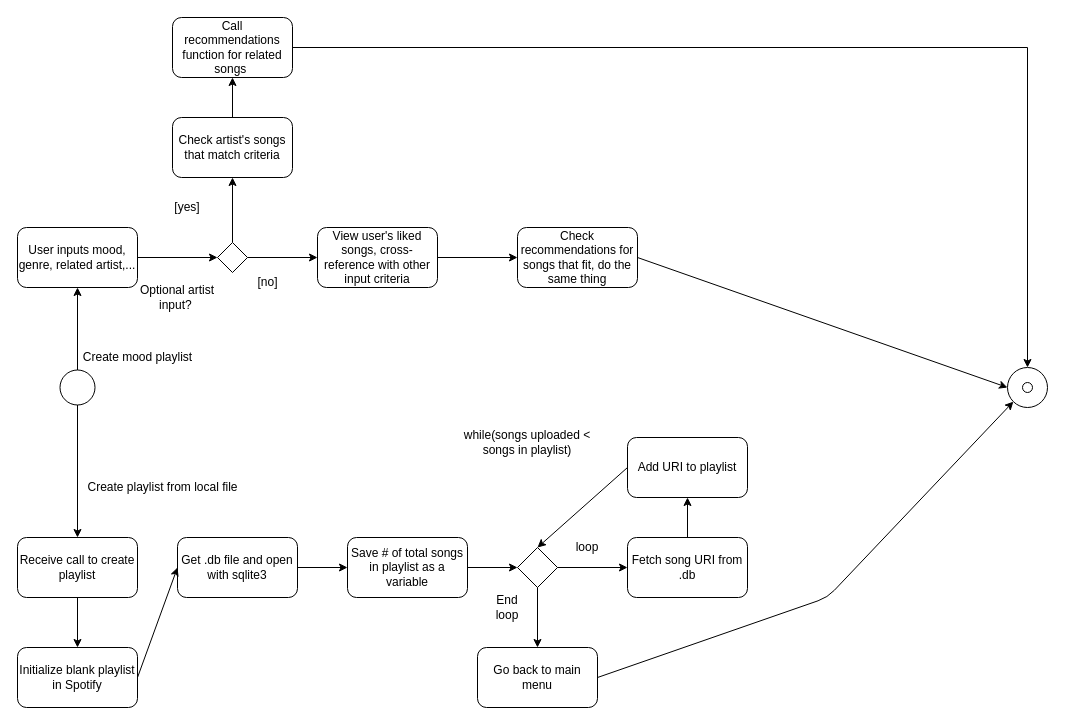
This is Diagrams/Activity/activity_model_functions.drawio from stpilks99/moodipy, a draw.io file, before an edit. Source tidied: cells renumbered, new cells numbered last; positions are measured from the earlier drawing's top-left corner, leaving out a move shared by most shapes. Both pictures are drawn from the tidied source at 100%, with x=0, y=0 at pixel (17, 17).
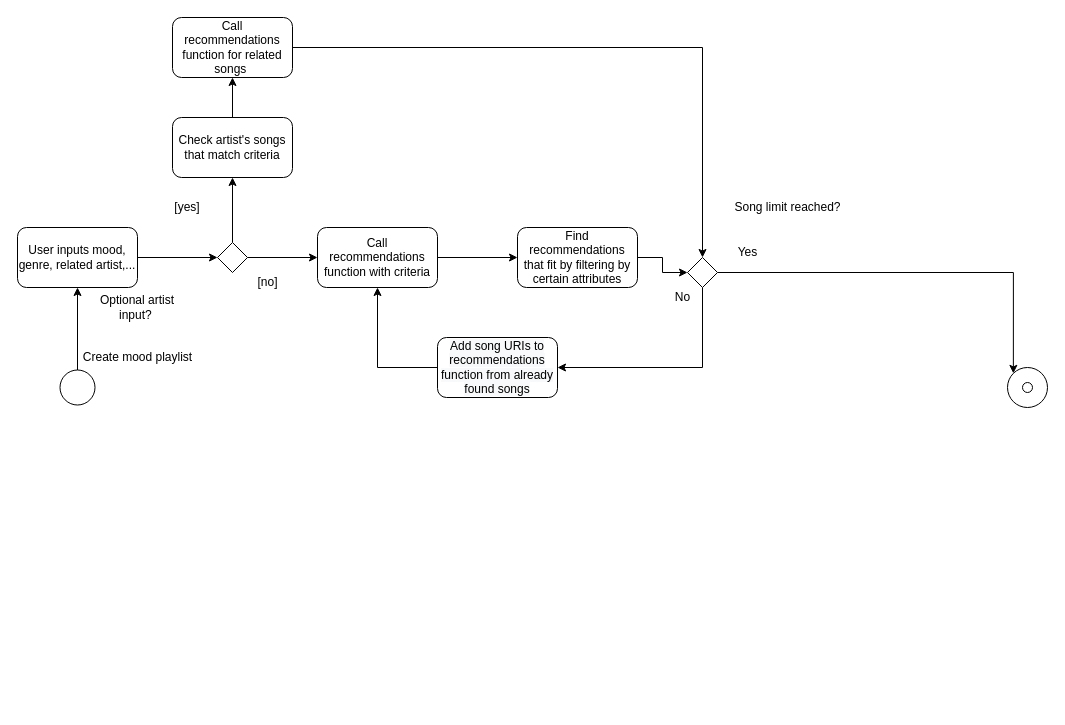
Above is the later version.

Commit message:
Changed to match current algorithm

Unchanged cells that the change refers to:
```xml
<mxCell id="2" style="ellipse;whiteSpace=wrap;html=1;" parent="1" vertex="1">
  <mxGeometry x="990" y="350" width="40" height="40" as="geometry" />
</mxCell>
<mxCell id="4" style="ellipse;whiteSpace=wrap;html=1;" parent="1" vertex="1">
  <mxGeometry x="42.5" y="352.5" width="35" height="35" as="geometry" />
</mxCell>
<mxCell id="39" value="Call recommendations function for related songs&amp;nbsp;" style="rounded=1;whiteSpace=wrap;html=1;" parent="1" vertex="1">
  <mxGeometry x="155" width="120" height="60" as="geometry" />
</mxCell>
```

The edit, as a diff of the source:
```diff
@@
-    <mxCell id="6" value="Receive call to create playlist" style="rounded=1;whiteSpace=wrap;html=1;" parent="1" vertex="1">
-      <mxGeometry y="520" width="120" height="60" as="geometry" />
-    </mxCell>
-    <mxCell id="7" value="Get .db file and open with sqlite3" style="rounded=1;whiteSpace=wrap;html=1;" parent="1" vertex="1">
-      <mxGeometry x="160" y="520" width="120" height="60" as="geometry" />
-    </mxCell>
-    <mxCell id="8" value="Save # of total songs in playlist as a variable" style="rounded=1;whiteSpace=wrap;html=1;" parent="1" vertex="1">
-      <mxGeometry x="330" y="520" width="120" height="60" as="geometry" />
-    </mxCell>
-    <mxCell id="9" style="endArrow=classic;html=1;entryX=0.5;entryY=0;entryDx=0;entryDy=0;exitX=0.5;exitY=1;exitDx=0;exitDy=0;" parent="1" edge="1" source="4" target="6">
-      <mxGeometry relative="1" as="geometry" />
-    </mxCell>
-    <mxCell id="10" style="endArrow=classic;html=1;exitX=1;exitY=0.5;exitDx=0;exitDy=0;entryX=0;entryY=0.5;entryDx=0;entryDy=0;" parent="1" edge="1" source="7" target="8">
-      <mxGeometry relative="1" as="geometry" />
-    </mxCell>
-    <mxCell id="11" style="rhombus;whiteSpace=wrap;html=1;" parent="1" vertex="1">
-      <mxGeometry x="500" y="530" width="40" height="40" as="geometry" />
-    </mxCell>
-    <mxCell id="12" value="while(songs uploaded &amp;lt; songs in playlist)" style="text;html=1;strokeColor=none;fillColor=none;align=center;verticalAlign=middle;whiteSpace=wrap;rounded=0;" parent="1" vertex="1">
-      <mxGeometry x="430" y="415" width="160" height="20" as="geometry" />
-    </mxCell>
-    <mxCell id="13" style="endArrow=classic;html=1;exitX=1;exitY=0.5;exitDx=0;exitDy=0;entryX=0;entryY=0.5;entryDx=0;entryDy=0;" parent="1" edge="1" source="11" target="14">
-      <mxGeometry relative="1" as="geometry" />
-    </mxCell>
-    <mxCell id="14" value="Fetch song URI from .db" style="rounded=1;whiteSpace=wrap;html=1;" parent="1" vertex="1">
-      <mxGeometry x="610" y="520" width="120" height="60" as="geometry" />
-    </mxCell>
-    <mxCell id="15" style="endArrow=classic;html=1;exitX=1;exitY=0.5;exitDx=0;exitDy=0;entryX=0;entryY=0.5;entryDx=0;entryDy=0;" parent="1" edge="1" source="8" target="11">
-      <mxGeometry relative="1" as="geometry" />
-    </mxCell>
-    <mxCell id="16" value="loop" style="text;html=1;strokeColor=none;fillColor=none;align=center;verticalAlign=middle;whiteSpace=wrap;rounded=0;" parent="1" vertex="1">
-      <mxGeometry x="550" y="520" width="40" height="20" as="geometry" />
-    </mxCell>
-    <mxCell id="17" value="End loop" style="text;html=1;strokeColor=none;fillColor=none;align=center;verticalAlign=middle;whiteSpace=wrap;rounded=0;" parent="1" vertex="1">
-      <mxGeometry x="470" y="580" width="40" height="20" as="geometry" />
-    </mxCell>
-    <mxCell id="18" value="Initialize blank playlist in Spotify" style="rounded=1;whiteSpace=wrap;html=1;" parent="1" vertex="1">
-      <mxGeometry y="630" width="120" height="60" as="geometry" />
-    </mxCell>
-    <mxCell id="19" style="endArrow=classic;html=1;exitX=0.5;exitY=1;exitDx=0;exitDy=0;entryX=0.5;entryY=0;entryDx=0;entryDy=0;" parent="1" edge="1" source="6" target="18">
-      <mxGeometry relative="1" as="geometry" />
-    </mxCell>
-    <mxCell id="20" style="endArrow=classic;html=1;exitX=1;exitY=0.5;exitDx=0;exitDy=0;entryX=0;entryY=0.5;entryDx=0;entryDy=0;" parent="1" edge="1" source="18" target="7">
-      <mxGeometry relative="1" as="geometry" />
-    </mxCell>
-    <mxCell id="21" value="Add URI to playlist" style="rounded=1;whiteSpace=wrap;html=1;" parent="1" vertex="1">
-      <mxGeometry x="610" y="420" width="120" height="60" as="geometry" />
-    </mxCell>
-    <mxCell id="22" style="endArrow=classic;html=1;exitX=0;exitY=0.5;exitDx=0;exitDy=0;entryX=0.5;entryY=0;entryDx=0;entryDy=0;" parent="1" edge="1" source="21" target="11">
-      <mxGeometry relative="1" as="geometry" />
-    </mxCell>
-    <mxCell id="23" style="endArrow=classic;html=1;exitX=0.5;exitY=0;exitDx=0;exitDy=0;entryX=0.5;entryY=1;entryDx=0;entryDy=0;" parent="1" edge="1" source="14" target="21">
-      <mxGeometry relative="1" as="geometry" />
-    </mxCell>
-    <mxCell id="24" style="endArrow=classic;html=1;exitX=0.5;exitY=1;exitDx=0;exitDy=0;" parent="1" edge="1" source="11">
-      <mxGeometry relative="1" as="geometry">
-        <mxPoint x="520" y="630" as="targetPoint" />
-      </mxGeometry>
-    </mxCell>
-    <mxCell id="25" value="Go back to main menu" style="rounded=1;whiteSpace=wrap;html=1;" parent="1" vertex="1">
-      <mxGeometry x="460" y="630" width="120" height="60" as="geometry" />
-    </mxCell>
-    <mxCell id="26" style="endArrow=classic;html=1;entryX=0;entryY=1;entryDx=0;entryDy=0;exitX=1;exitY=0.5;exitDx=0;exitDy=0;" parent="1" edge="1" source="25" target="2">
-      <mxGeometry relative="1" as="geometry">
-        <Array as="points">
-          <mxPoint x="810" y="580" />
-        </Array>
-      </mxGeometry>
-    </mxCell>
-    <mxCell id="27" value="Create playlist from local file" style="text;html=1;align=center;verticalAlign=middle;" parent="1" vertex="1">
-      <mxGeometry x="60" y="460" width="170" height="20" as="geometry" />
-    </mxCell>
@@
     <mxCell id="34" value="Optional artist input?&amp;nbsp;" style="text;html=1;strokeColor=none;fillColor=none;align=center;verticalAlign=middle;whiteSpace=wrap;rounded=0;" parent="1" vertex="1">
-      <mxGeometry x="110" y="270" width="100" height="20" as="geometry" />
+      <mxGeometry x="70" y="280" width="100" height="20" as="geometry" />
     </mxCell>
@@
-    <mxCell id="38" style="edgeStyle=orthogonalEdgeStyle;rounded=0;jettySize=auto;html=1;exitX=1;exitY=0.5;exitDx=0;exitDy=0;entryX=0.5;entryY=0;entryDx=0;entryDy=0;" parent="1" edge="1" source="39" target="2">
-      <mxGeometry relative="1" as="geometry" />
-    </mxCell>
+    <mxCell id="45" style="edgeStyle=orthogonalEdgeStyle;rounded=0;jettySize=auto;html=1;exitX=1;exitY=0.5;exitDx=0;exitDy=0;entryX=0.5;entryY=0;entryDx=0;entryDy=0;" parent="1" edge="1" source="39" target="49">
+      <mxGeometry relative="1" as="geometry" />
+    </mxCell>
@@
-    <mxCell id="42" value="View user's liked songs, cross-reference with other input criteria" style="rounded=1;whiteSpace=wrap;html=1;" parent="1" vertex="1">
+    <mxCell id="42" value="Call recommendations function with criteria" style="rounded=1;whiteSpace=wrap;html=1;" parent="1" vertex="1">
       <mxGeometry x="300" y="210" width="120" height="60" as="geometry" />
     </mxCell>
+    <mxCell id="46" style="edgeStyle=orthogonalEdgeStyle;rounded=0;jettySize=auto;html=1;exitX=1;exitY=0.5;exitDx=0;exitDy=0;entryX=0;entryY=0.5;entryDx=0;entryDy=0;" parent="1" edge="1" source="43" target="49">
+      <mxGeometry relative="1" as="geometry" />
+    </mxCell>
-    <mxCell id="43" value="Check recommendations for songs that fit, do the same thing" style="rounded=1;whiteSpace=wrap;html=1;" parent="1" vertex="1">
+    <mxCell id="43" value="Find recommendations that fit by filtering by certain attributes" style="rounded=1;whiteSpace=wrap;html=1;" parent="1" vertex="1">
       <mxGeometry x="500" y="210" width="120" height="60" as="geometry" />
     </mxCell>
-    <mxCell id="44" style="endArrow=classic;html=1;exitX=1;exitY=0.5;exitDx=0;exitDy=0;entryX=0;entryY=0.5;entryDx=0;entryDy=0;" parent="1" edge="1" source="43" target="2">
-      <mxGeometry relative="1" as="geometry" />
-    </mxCell>
+    <mxCell id="47" style="edgeStyle=orthogonalEdgeStyle;rounded=0;jettySize=auto;html=1;exitX=1;exitY=0.5;exitDx=0;exitDy=0;entryX=0;entryY=0;entryDx=0;entryDy=0;" parent="1" edge="1" source="49" target="2">
+      <mxGeometry relative="1" as="geometry" />
+    </mxCell>
+    <mxCell id="48" style="edgeStyle=orthogonalEdgeStyle;rounded=0;jettySize=auto;html=1;exitX=0.5;exitY=1;exitDx=0;exitDy=0;entryX=1;entryY=0.5;entryDx=0;entryDy=0;" parent="1" edge="1" source="49" target="54">
+      <mxGeometry relative="1" as="geometry" />
+    </mxCell>
+    <mxCell id="49" style="rhombus;whiteSpace=wrap;html=1;" parent="1" vertex="1">
+      <mxGeometry x="670" y="240" width="30" height="30" as="geometry" />
+    </mxCell>
+    <mxCell id="50" value="Song limit reached?" style="text;html=1;align=center;verticalAlign=middle;" parent="1" vertex="1">
+      <mxGeometry x="710" y="180" width="120" height="20" as="geometry" />
+    </mxCell>
+    <mxCell id="51" value="Yes" style="text;html=1;align=center;verticalAlign=middle;" parent="1" vertex="1">
+      <mxGeometry x="710" y="225" width="40" height="20" as="geometry" />
+    </mxCell>
+    <mxCell id="52" value="No&lt;br&gt;" style="text;html=1;align=center;verticalAlign=middle;" parent="1" vertex="1">
+      <mxGeometry x="650" y="270" width="30" height="20" as="geometry" />
+    </mxCell>
+    <mxCell id="53" style="edgeStyle=orthogonalEdgeStyle;rounded=0;jettySize=auto;html=1;exitX=0;exitY=0.5;exitDx=0;exitDy=0;entryX=0.5;entryY=1;entryDx=0;entryDy=0;" parent="1" edge="1" source="54" target="42">
+      <mxGeometry relative="1" as="geometry" />
+    </mxCell>
+    <mxCell id="54" value="&#10;&#10;&lt;span style=&quot;color: rgb(0, 0, 0); font-family: helvetica; font-size: 12px; font-style: normal; font-weight: 400; letter-spacing: normal; text-align: center; text-indent: 0px; text-transform: none; word-spacing: 0px; background-color: rgb(248, 249, 250); display: inline; float: none;&quot;&gt;Add song URIs to recommendations function from already found songs&lt;/span&gt;&#10;&#10;" style="rounded=1;whiteSpace=wrap;html=1;" parent="1" vertex="1">
+      <mxGeometry x="420" y="320" width="120" height="60" as="geometry" />
+    </mxCell>
```
